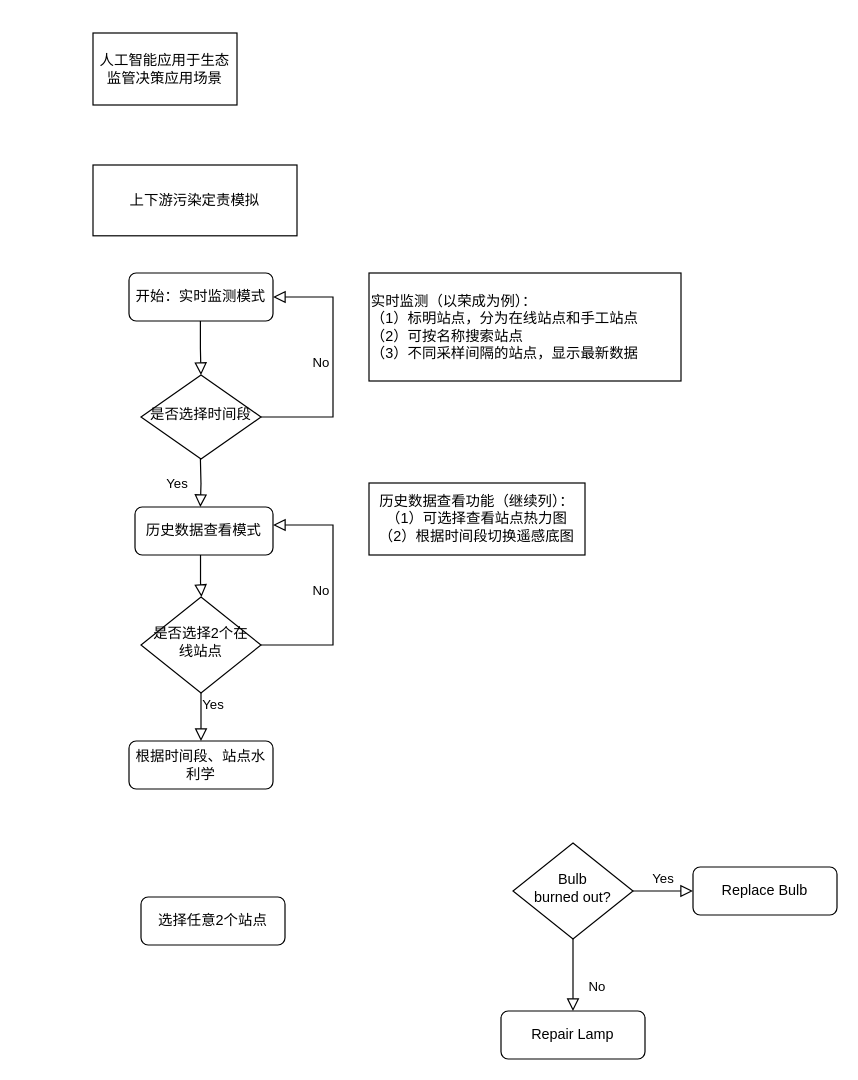
Earlier version of the draw.io diagram ai_compitation.drawio (chbambooshoot/digram). Source tidied: cells renumbered, new cells numbered last; positions are measured from the earlier drawing's top-left corner, leaving out a move shared by most shapes. Both pictures are drawn from the tidied source at 120%, with x=0, y=0 at pixel (92, 32).
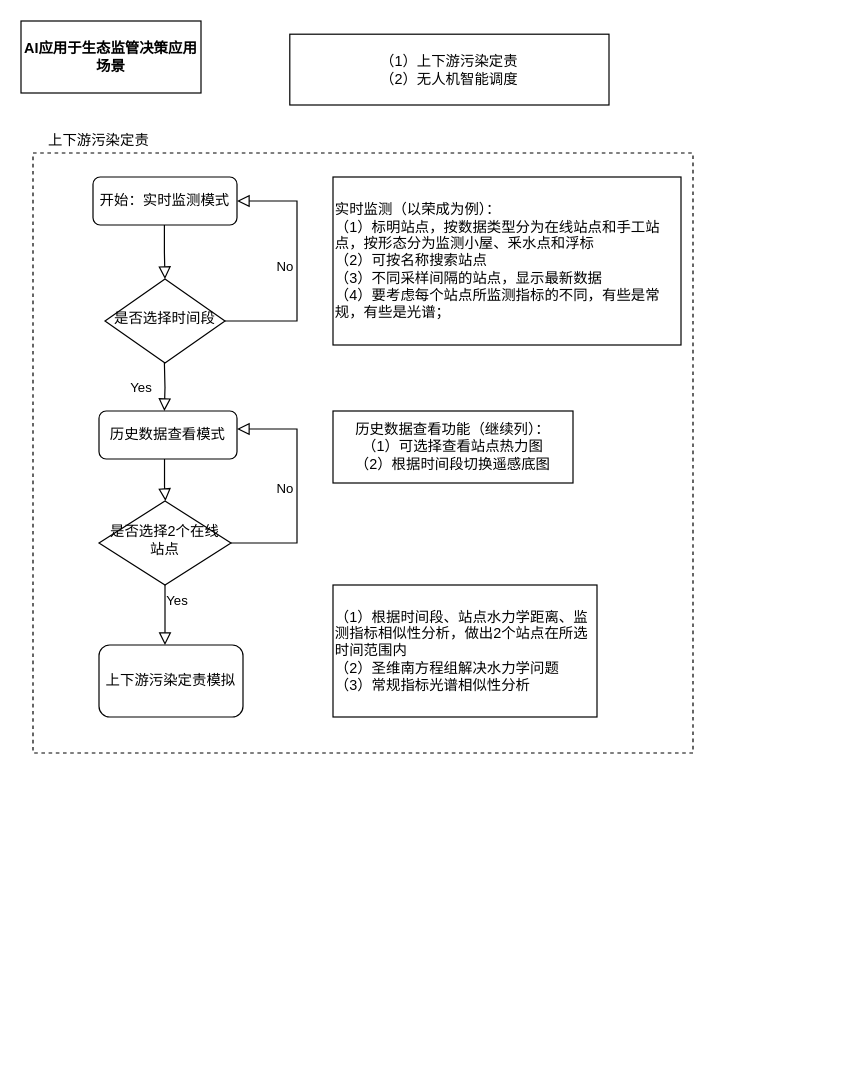
Above is the later version.

Change to the diagram source:
```diff
@@
+    <mxCell id="23" style="rounded=0;whiteSpace=wrap;html=1;fillColor=none;dashed=1;" parent="1" vertex="1">
+      <mxGeometry x="-50" y="100" width="550" height="500" as="geometry" />
+    </mxCell>
     <mxCell id="2" value="开始：实时监测模式" style="rounded=1;whiteSpace=wrap;html=1;fontSize=12;glass=0;strokeWidth=1;shadow=0;" parent="1" vertex="1">
-      <mxGeometry x="30" y="200" width="120" height="40" as="geometry" />
+      <mxGeometry y="120" width="120" height="40" as="geometry" />
     </mxCell>
     <mxCell id="3" value="Yes" style="rounded=0;html=1;jettySize=auto;fontSize=11;endArrow=block;endFill=0;endSize=8;strokeWidth=1;shadow=0;labelBackgroundColor=none;edgeStyle=orthogonalEdgeStyle;" parent="1" edge="1" source="5">
       <mxGeometry x="-0.5" y="10" relative="1" as="geometry">
-        <mxPoint x="90" y="590" as="targetPoint" />
+        <mxPoint x="60" y="510" as="targetPoint" />
       </mxGeometry>
     </mxCell>
     <mxCell id="4" value="No" style="edgeStyle=orthogonalEdgeStyle;rounded=0;html=1;jettySize=auto;fontSize=11;endArrow=block;endFill=0;endSize=8;strokeWidth=1;shadow=0;labelBackgroundColor=none;entryX=1;entryY=0.5;entryDx=0;entryDy=0;exitX=1;exitY=0.5;exitDx=0;exitDy=0;" parent="1" edge="1" source="15" target="2">
       <mxGeometry y="10" relative="1" as="geometry">
         <Array as="points">
-          <mxPoint x="200" y="320" />
-          <mxPoint x="200" y="220" />
+          <mxPoint x="170" y="240" />
+          <mxPoint x="170" y="140" />
         </Array>
       </mxGeometry>
     </mxCell>
     <mxCell id="5" value="是否选择2个在线站点" style="rhombus;whiteSpace=wrap;html=1;shadow=0;fontFamily=Helvetica;fontSize=12;align=center;strokeWidth=1;spacing=6;spacingTop=-4;" parent="1" vertex="1">
-      <mxGeometry x="40" y="470" width="100" height="80" as="geometry" />
+      <mxGeometry x="5" y="390" width="110" height="70" as="geometry" />
     </mxCell>
-    <mxCell id="6" value="No" style="rounded=0;html=1;jettySize=auto;fontSize=11;endArrow=block;endFill=0;endSize=8;strokeWidth=1;shadow=0;labelBackgroundColor=none;edgeStyle=orthogonalEdgeStyle;" parent="1" edge="1" source="8" target="9">
-      <mxGeometry x="0.33" y="20" relative="1" as="geometry" />
-    </mxCell>
-    <mxCell id="7" value="Yes" style="edgeStyle=orthogonalEdgeStyle;rounded=0;html=1;jettySize=auto;fontSize=11;endArrow=block;endFill=0;endSize=8;strokeWidth=1;shadow=0;labelBackgroundColor=none;" parent="1" edge="1" source="8" target="10">
-      <mxGeometry y="10" relative="1" as="geometry" />
-    </mxCell>
-    <mxCell id="8" value="Bulb&lt;br&gt;burned out?" style="rhombus;whiteSpace=wrap;html=1;shadow=0;fontFamily=Helvetica;fontSize=12;align=center;strokeWidth=1;spacing=6;spacingTop=-4;" parent="1" vertex="1">
-      <mxGeometry x="350" y="675" width="100" height="80" as="geometry" />
-    </mxCell>
-    <mxCell id="9" value="Repair Lamp" style="rounded=1;whiteSpace=wrap;html=1;fontSize=12;glass=0;strokeWidth=1;shadow=0;" parent="1" vertex="1">
-      <mxGeometry x="340" y="815" width="120" height="40" as="geometry" />
-    </mxCell>
-    <mxCell id="10" value="Replace Bulb" style="rounded=1;whiteSpace=wrap;html=1;fontSize=12;glass=0;strokeWidth=1;shadow=0;" parent="1" vertex="1">
-      <mxGeometry x="500" y="695" width="120" height="40" as="geometry" />
-    </mxCell>
-    <mxCell id="11" value="上下游污染定责模拟" style="rounded=0;whiteSpace=wrap;html=1;" parent="1" vertex="1">
-      <mxGeometry y="110" width="170" height="59" as="geometry" />
+    <mxCell id="11" value="（1）上下游污染定责&lt;br&gt;（2）无人机智能调度" style="rounded=0;whiteSpace=wrap;html=1;" parent="1" vertex="1">
+      <mxGeometry x="164" y="1" width="266" height="59" as="geometry" />
     </mxCell>
-    <mxCell id="12" value="人工智能应用于生态监管决策应用场景" style="rounded=0;whiteSpace=wrap;html=1;" parent="1" vertex="1">
-      <mxGeometry width="120" height="60" as="geometry" />
+    <mxCell id="12" value="AI应用于生态监管决策应用场景" style="rounded=0;whiteSpace=wrap;html=1;fontStyle=1;" parent="1" vertex="1">
+      <mxGeometry x="-60" y="-10" width="150" height="60" as="geometry" />
     </mxCell>
-    <mxCell id="13" value="选择任意2个站点" style="rounded=1;whiteSpace=wrap;html=1;" parent="1" vertex="1">
-      <mxGeometry x="40" y="720" width="120" height="40" as="geometry" />
-    </mxCell>
-    <mxCell id="14" value="根据时间段、站点水利学" style="rounded=1;whiteSpace=wrap;html=1;" parent="1" vertex="1">
-      <mxGeometry x="30" y="590" width="120" height="40" as="geometry" />
-    </mxCell>
     <mxCell id="15" value="是否选择时间段" style="rhombus;whiteSpace=wrap;html=1;shadow=0;fontFamily=Helvetica;fontSize=12;align=center;strokeWidth=1;spacing=6;spacingTop=-4;" parent="1" vertex="1">
-      <mxGeometry x="40" y="285" width="100" height="70" as="geometry" />
+      <mxGeometry x="10" y="205" width="100" height="70" as="geometry" />
     </mxCell>
     <mxCell id="16" value="Yes" style="rounded=0;html=1;jettySize=auto;orthogonalLoop=1;fontSize=11;endArrow=block;endFill=0;endSize=8;strokeWidth=1;shadow=0;labelBackgroundColor=none;edgeStyle=orthogonalEdgeStyle;" parent="1" edge="1">
       <mxGeometry y="20" relative="1" as="geometry">
-        <mxPoint x="89.5" y="355" as="sourcePoint" />
-        <mxPoint x="89.5" y="395" as="targetPoint" />
+        <mxPoint x="59.5" y="275" as="sourcePoint" />
+        <mxPoint x="59.5" y="315" as="targetPoint" />
       </mxGeometry>
     </mxCell>
     <mxCell id="17" value="历史数据查看模式" style="rounded=1;whiteSpace=wrap;html=1;" parent="1" vertex="1">
-      <mxGeometry x="35" y="395" width="115" height="40" as="geometry" />
+      <mxGeometry x="5" y="315" width="115" height="40" as="geometry" />
     </mxCell>
-    <mxCell id="18" value="&lt;div&gt;&lt;span&gt;实时监测（以荣成为例）：&lt;/span&gt;&lt;/div&gt;&lt;div&gt;&lt;span&gt;（1）标明站点，分为在线站点和手工站点&lt;/span&gt;&lt;/div&gt;&lt;div&gt;&lt;span&gt;（2）可按名称搜索站点&lt;/span&gt;&lt;/div&gt;（3）不同采样间隔的站点，显示最新数据" style="rounded=0;whiteSpace=wrap;html=1;align=left;" parent="1" vertex="1">
-      <mxGeometry x="230" y="200" width="260" height="90" as="geometry" />
+    <mxCell id="18" value="&lt;div&gt;&lt;span&gt;实时监测（以荣成为例）：&lt;/span&gt;&lt;/div&gt;&lt;div&gt;&lt;span&gt;（1）标明站点，按数据类型分为在线站点和手工站点，按形态分为监测小屋、釆水点和浮标&lt;/span&gt;&lt;/div&gt;&lt;div&gt;&lt;span&gt;（2）可按名称搜索站点&lt;/span&gt;&lt;/div&gt;（3）不同采样间隔的站点，显示最新数据&lt;br&gt;（4）要考虑每个站点所监测指标的不同，有些是常规，有些是光谱；" style="rounded=0;whiteSpace=wrap;html=1;align=left;" parent="1" vertex="1">
+      <mxGeometry x="200" y="120" width="290" height="140" as="geometry" />
     </mxCell>
     <mxCell id="19" value="历史数据查看功能（继续列）：&lt;br&gt;（1）可选择查看站点热力图&lt;br&gt;（2）根据时间段切换遥感底图" style="rounded=0;whiteSpace=wrap;html=1;" parent="1" vertex="1">
-      <mxGeometry x="230" y="375" width="180" height="60" as="geometry" />
+      <mxGeometry x="200" y="315" width="200" height="60" as="geometry" />
     </mxCell>
-    <mxCell id="20" value="No" style="edgeStyle=orthogonalEdgeStyle;rounded=0;html=1;jettySize=auto;orthogonalLoop=1;fontSize=11;endArrow=block;endFill=0;endSize=8;strokeWidth=1;shadow=0;labelBackgroundColor=none;entryX=1;entryY=0.5;entryDx=0;entryDy=0;exitX=1;exitY=0.5;exitDx=0;exitDy=0;" parent="1" edge="1">
+    <mxCell id="20" value="No" style="edgeStyle=orthogonalEdgeStyle;rounded=0;html=1;jettySize=auto;fontSize=11;endArrow=block;endFill=0;endSize=8;strokeWidth=1;shadow=0;labelBackgroundColor=none;entryX=1;entryY=0.5;entryDx=0;entryDy=0;exitX=1;exitY=0.5;exitDx=0;exitDy=0;" parent="1" edge="1" source="5">
       <mxGeometry y="10" relative="1" as="geometry">
-        <mxPoint x="140" y="510" as="sourcePoint" />
-        <mxPoint x="150" y="410" as="targetPoint" />
+        <mxPoint x="120" y="330" as="targetPoint" />
         <Array as="points">
-          <mxPoint x="200" y="510" />
-          <mxPoint x="200" y="410" />
+          <mxPoint x="170" y="425" />
+          <mxPoint x="170" y="330" />
         </Array>
       </mxGeometry>
     </mxCell>
     <mxCell id="21" style="rounded=0;html=1;jettySize=auto;fontSize=11;endArrow=block;endFill=0;endSize=8;strokeWidth=1;shadow=0;labelBackgroundColor=none;edgeStyle=orthogonalEdgeStyle;entryX=0.5;entryY=0;entryDx=0;entryDy=0;" parent="1" edge="1" target="15">
       <mxGeometry x="0.01" y="16" relative="1" as="geometry">
-        <mxPoint x="89.5" y="240" as="sourcePoint" />
+        <mxPoint x="59.5" y="160" as="sourcePoint" />
         <Array as="points">
-          <mxPoint x="90" y="263" />
-          <mxPoint x="90" y="263" />
+          <mxPoint x="60" y="183" />
+          <mxPoint x="60" y="183" />
         </Array>
         <mxPoint x="-6" y="-13" as="offset" />
       </mxGeometry>
     </mxCell>
     <mxCell id="22" style="rounded=0;html=1;jettySize=auto;orthogonalLoop=1;fontSize=11;endArrow=block;endFill=0;endSize=8;strokeWidth=1;shadow=0;labelBackgroundColor=none;edgeStyle=orthogonalEdgeStyle;" parent="1" edge="1">
       <mxGeometry x="0.01" y="16" relative="1" as="geometry">
-        <mxPoint x="89.6" y="435" as="sourcePoint" />
-        <mxPoint x="90.4" y="470" as="targetPoint" />
+        <mxPoint x="59.6" y="355" as="sourcePoint" />
+        <mxPoint x="60.4" y="390" as="targetPoint" />
         <Array as="points">
-          <mxPoint x="90.1" y="458" />
-          <mxPoint x="90.1" y="458" />
+          <mxPoint x="60.1" y="378" />
+          <mxPoint x="60.1" y="378" />
         </Array>
         <mxPoint x="-6" y="-13" as="offset" />
       </mxGeometry>
     </mxCell>
+    <mxCell id="24" value="上下游污染定责模拟" style="rounded=1;whiteSpace=wrap;html=1;" parent="1" vertex="1">
+      <mxGeometry x="5" y="510" width="120" height="60" as="geometry" />
+    </mxCell>
+    <mxCell id="25" value="&lt;span&gt;（1）根据时间段、站点水力学距离、监测指标相似性分析，做出2个站点在所选时间范围内&lt;br&gt;（2）圣维南方程组解决水力学问题&lt;br&gt;（3）常规指标光谱相似性分析&lt;br&gt;&lt;/span&gt;" style="rounded=0;whiteSpace=wrap;html=1;align=left;" parent="1" vertex="1">
+      <mxGeometry x="200" y="460" width="220" height="110" as="geometry" />
+    </mxCell>
+    <mxCell id="26" value="上下游污染定责" style="text;html=1;strokeColor=none;fillColor=none;align=center;verticalAlign=middle;whiteSpace=wrap;rounded=0;dashed=1;" parent="1" vertex="1">
+      <mxGeometry x="-50" y="80" width="110" height="20" as="geometry" />
+    </mxCell>
```
